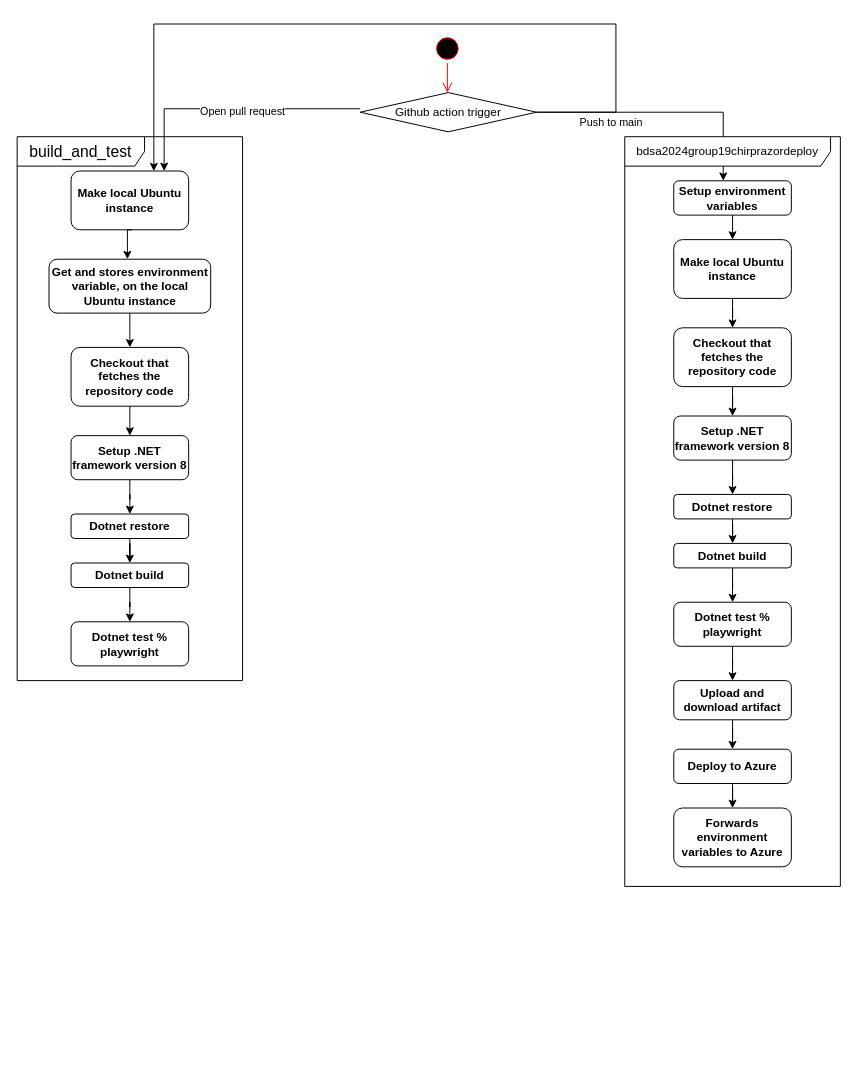
Earlier version of the draw.io diagram docs/diagrams/github-actions.drawio (ITU-BDSA2024-GROUP19/Chirp). Source tidied: cells renumbered, new cells numbered last; positions are measured from the earlier drawing's top-left corner, leaving out a move shared by most shapes. Both pictures are drawn from the tidied source at 98%, with x=0, y=0 at pixel (17, 24).
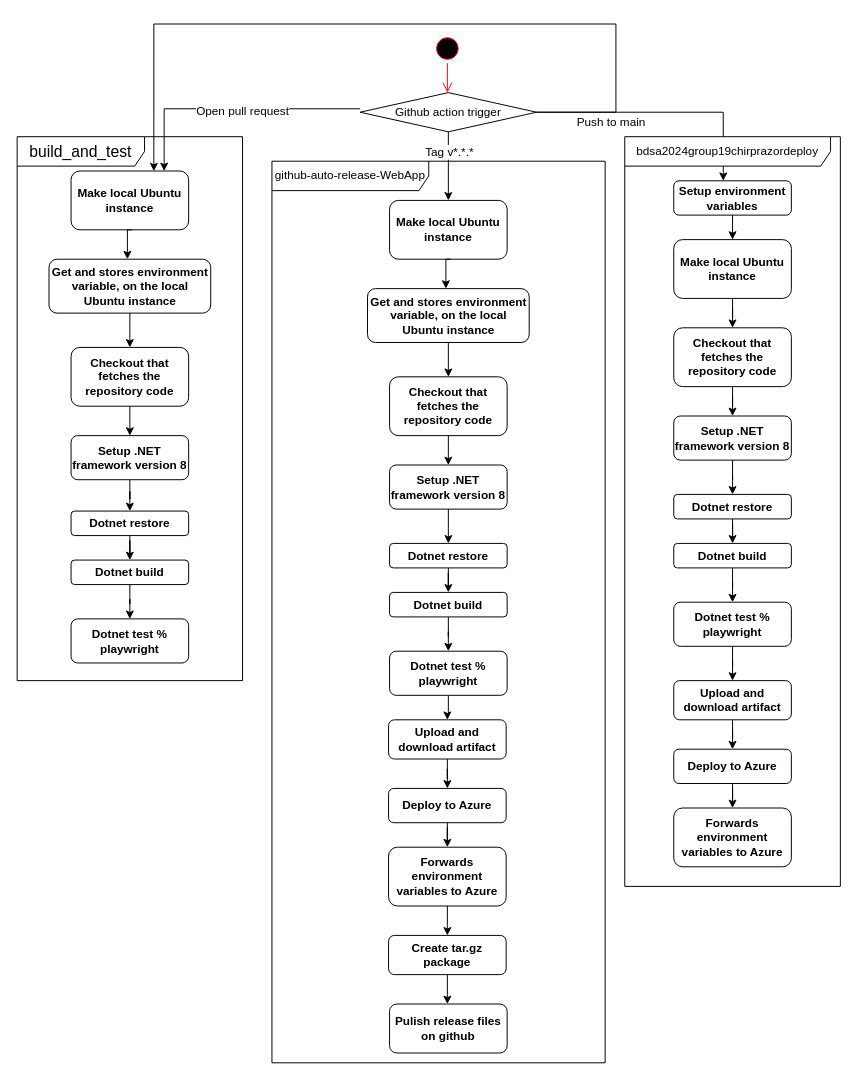
Above is the later version.

Commit message (it also covers changes not shown here):
updated github actions diagram

Unchanged cells that the change refers to:
```xml
<mxCell id="7" value="&lt;font style=&quot;font-size: 16px;&quot;&gt;build_and_test&lt;/font&gt;" style="shape=umlFrame;whiteSpace=wrap;html=1;width=130;height=30;" parent="1" vertex="1">
  <mxGeometry y="115" width="230" height="555" as="geometry" />
</mxCell>
<mxCell id="8" style="edgeStyle=orthogonalEdgeStyle;rounded=0;orthogonalLoop=1;jettySize=auto;html=1;" parent="7" edge="1">
  <mxGeometry relative="1" as="geometry">
    <mxPoint x="350" y="-28.5" as="sourcePoint" />
    <mxPoint x="150" y="35" as="targetPoint" />
    <Array as="points">
      <mxPoint x="150" y="-28" />
      <mxPoint x="150" y="35" />
    </Array>
  </mxGeometry>
</mxCell>
<mxCell id="20" style="edgeStyle=orthogonalEdgeStyle;rounded=0;jettySize=auto;html=1;entryX=0.421;entryY=0;entryDx=0;entryDy=0;entryPerimeter=0;" parent="1" edge="1" source="23" target="26">
  <mxGeometry relative="1" as="geometry">
    <Array as="points">
      <mxPoint x="721" y="90" />
    </Array>
  </mxGeometry>
</mxCell>
<mxCell id="23" value="Github action trigger" style="rhombus;whiteSpace=wrap;html=1;" parent="1" vertex="1">
  <mxGeometry x="350" y="70" width="180" height="40" as="geometry" />
</mxCell>
```

Diff of the diagram source:
```diff
@@
-    <mxCell id="9" value="Open pull request" style="edgeLabel;html=1;align=center;verticalAlign=middle;" parent="8" vertex="1">
+    <mxCell id="9" value="&lt;font style=&quot;font-size: 12px;&quot;&gt;Open pull request&lt;/font&gt;" style="edgeLabel;html=1;align=center;verticalAlign=middle;" parent="8" vertex="1">
       <mxGeometry x="-0.08" y="2" relative="1" as="geometry" />
     </mxCell>
@@
     <mxCell id="16" value="&lt;b&gt;Dotnet restore&lt;/b&gt;" style="rounded=1;whiteSpace=wrap;html=1;" parent="7" vertex="1">
-      <mxGeometry x="55" y="385" width="120" height="25" as="geometry" />
+      <mxGeometry x="55" y="382" width="120" height="25" as="geometry" />
     </mxCell>
@@
     <mxCell id="18" value="&lt;b&gt;Dotnet build&lt;/b&gt;" style="rounded=1;whiteSpace=wrap;html=1;" parent="7" vertex="1">
-      <mxGeometry x="55" y="435" width="120" height="25" as="geometry" />
+      <mxGeometry x="55" y="432" width="120" height="25" as="geometry" />
     </mxCell>
     <mxCell id="19" value="&lt;b&gt;Dotnet test % playwright&lt;/b&gt;" style="rounded=1;whiteSpace=wrap;html=1;" parent="7" vertex="1">
-      <mxGeometry x="55" y="495" width="120" height="45" as="geometry" />
+      <mxGeometry x="55" y="492" width="120" height="45" as="geometry" />
     </mxCell>
@@
-    <mxCell id="21" value="Push to main" style="edgeLabel;html=1;align=center;verticalAlign=middle;" parent="20" vertex="1">
+    <mxCell id="21" value="&lt;font style=&quot;font-size: 12px;&quot;&gt;Push to main&lt;/font&gt;" style="edgeLabel;html=1;align=center;verticalAlign=middle;" parent="20" vertex="1">
       <mxGeometry x="-0.43" y="-1" relative="1" as="geometry">
         <mxPoint x="1" y="9" as="offset" />
       </mxGeometry>
     </mxCell>
@@
+    <mxCell id="44" style="edgeStyle=orthogonalEdgeStyle;rounded=0;jettySize=auto;html=1;entryX=0.5;entryY=0;entryDx=0;entryDy=0;" parent="1" edge="1" source="23" target="46">
+      <mxGeometry relative="1" as="geometry" />
+    </mxCell>
+    <mxCell id="45" value="&lt;font style=&quot;font-size: 12px;&quot;&gt;Tag v*.*.*&lt;/font&gt;" style="edgeLabel;html=1;align=center;verticalAlign=middle;" parent="44" vertex="1">
+      <mxGeometry x="0.04" relative="1" as="geometry">
+        <mxPoint y="-16" as="offset" />
+      </mxGeometry>
+    </mxCell>
@@
+    <mxCell id="46" value="&lt;b&gt;Make local Ubuntu instance&lt;/b&gt;" style="rounded=1;whiteSpace=wrap;html=1;" parent="1" vertex="1">
+      <mxGeometry x="380" y="180" width="120" height="60" as="geometry" />
+    </mxCell>
+    <mxCell id="47" style="edgeStyle=orthogonalEdgeStyle;rounded=0;jettySize=auto;html=1;" parent="1" edge="1" source="49">
+      <mxGeometry relative="1" as="geometry">
+        <mxPoint x="440" y="360" as="targetPoint" />
+      </mxGeometry>
+    </mxCell>
+    <mxCell id="48" style="edgeStyle=orthogonalEdgeStyle;rounded=0;orthogonalLoop=1;jettySize=auto;html=1;exitX=0.5;exitY=1;exitDx=0;exitDy=0;" parent="1" edge="1">
+      <mxGeometry relative="1" as="geometry">
+        <mxPoint x="442.5" y="240" as="sourcePoint" />
+        <mxPoint x="437.5" y="270" as="targetPoint" />
+      </mxGeometry>
+    </mxCell>
+    <mxCell id="49" value="&lt;b&gt;Get and stores environment variable, on the local Ubuntu instance&lt;/b&gt;" style="rounded=1;whiteSpace=wrap;html=1;" parent="1" vertex="1">
+      <mxGeometry x="357.5" y="270" width="165" height="55" as="geometry" />
+    </mxCell>
+    <mxCell id="50" style="edgeStyle=orthogonalEdgeStyle;rounded=0;jettySize=auto;html=1;" parent="1" edge="1" source="51">
+      <mxGeometry relative="1" as="geometry">
+        <mxPoint x="440" y="450" as="targetPoint" />
+      </mxGeometry>
+    </mxCell>
+    <mxCell id="51" value="&lt;b&gt;Checkout that fetches the repository code&lt;/b&gt;" style="rounded=1;whiteSpace=wrap;html=1;" parent="1" vertex="1">
+      <mxGeometry x="380" y="360" width="120" height="60" as="geometry" />
+    </mxCell>
+    <mxCell id="52" style="edgeStyle=orthogonalEdgeStyle;rounded=0;jettySize=auto;html=1;entryX=0.5;entryY=0;entryDx=0;entryDy=0;" parent="1" edge="1" source="53">
+      <mxGeometry relative="1" as="geometry">
+        <mxPoint x="440" y="530" as="targetPoint" />
+      </mxGeometry>
+    </mxCell>
+    <mxCell id="53" value="&lt;b&gt;Setup .NET framework version 8&lt;/b&gt;" style="rounded=1;whiteSpace=wrap;html=1;" parent="1" vertex="1">
+      <mxGeometry x="380" y="450" width="120" height="45" as="geometry" />
+    </mxCell>
+    <mxCell id="54" style="edgeStyle=orthogonalEdgeStyle;rounded=0;jettySize=auto;html=1;entryX=0.5;entryY=0;entryDx=0;entryDy=0;" parent="1" edge="1" source="55" target="57">
+      <mxGeometry relative="1" as="geometry" />
+    </mxCell>
+    <mxCell id="55" value="&lt;b&gt;Dotnet restore&lt;/b&gt;" style="rounded=1;whiteSpace=wrap;html=1;" parent="1" vertex="1">
+      <mxGeometry x="380" y="530" width="120" height="25" as="geometry" />
+    </mxCell>
+    <mxCell id="56" style="edgeStyle=orthogonalEdgeStyle;rounded=0;jettySize=auto;html=1;entryX=0.5;entryY=0;entryDx=0;entryDy=0;" parent="1" edge="1" source="57" target="59">
+      <mxGeometry relative="1" as="geometry" />
+    </mxCell>
+    <mxCell id="57" value="&lt;b&gt;Dotnet build&lt;/b&gt;" style="rounded=1;whiteSpace=wrap;html=1;" parent="1" vertex="1">
+      <mxGeometry x="380" y="580" width="120" height="25" as="geometry" />
+    </mxCell>
+    <mxCell id="58" style="edgeStyle=orthogonalEdgeStyle;rounded=0;jettySize=auto;html=1;entryX=0.5;entryY=0;entryDx=0;entryDy=0;" parent="1" edge="1" source="59" target="61">
+      <mxGeometry relative="1" as="geometry" />
+    </mxCell>
+    <mxCell id="59" value="&lt;b&gt;Dotnet test % playwright&lt;/b&gt;" style="rounded=1;whiteSpace=wrap;html=1;" parent="1" vertex="1">
+      <mxGeometry x="380" y="640" width="120" height="45" as="geometry" />
+    </mxCell>
+    <mxCell id="60" style="edgeStyle=orthogonalEdgeStyle;rounded=0;jettySize=auto;html=1;entryX=0.5;entryY=0;entryDx=0;entryDy=0;" parent="1" edge="1" source="61" target="63">
+      <mxGeometry relative="1" as="geometry" />
+    </mxCell>
+    <mxCell id="61" value="&lt;b&gt;Upload and download&amp;nbsp;&lt;/b&gt;&lt;b&gt;artifact&lt;/b&gt;" style="rounded=1;whiteSpace=wrap;html=1;" parent="1" vertex="1">
+      <mxGeometry x="379" y="710" width="120" height="40" as="geometry" />
+    </mxCell>
+    <mxCell id="62" style="edgeStyle=orthogonalEdgeStyle;rounded=0;jettySize=auto;html=1;entryX=0.5;entryY=0;entryDx=0;entryDy=0;" parent="1" edge="1" source="63" target="65">
+      <mxGeometry relative="1" as="geometry" />
+    </mxCell>
+    <mxCell id="63" value="&lt;b&gt;Deploy to Azure&lt;/b&gt;" style="rounded=1;whiteSpace=wrap;html=1;" parent="1" vertex="1">
+      <mxGeometry x="379" y="780" width="120" height="35" as="geometry" />
+    </mxCell>
+    <mxCell id="64" style="edgeStyle=orthogonalEdgeStyle;rounded=0;jettySize=auto;html=1;" parent="1" edge="1" source="65">
+      <mxGeometry relative="1" as="geometry">
+        <mxPoint x="439" y="930" as="targetPoint" />
+      </mxGeometry>
+    </mxCell>
+    <mxCell id="65" value="&lt;b&gt;Forwards environment variables to Azure&lt;/b&gt;" style="rounded=1;whiteSpace=wrap;html=1;" parent="1" vertex="1">
+      <mxGeometry x="379" y="840" width="120" height="60" as="geometry" />
+    </mxCell>
+    <mxCell id="66" style="edgeStyle=orthogonalEdgeStyle;rounded=0;jettySize=auto;html=1;" parent="1" edge="1" source="67">
+      <mxGeometry relative="1" as="geometry">
+        <mxPoint x="439" y="1000" as="targetPoint" />
+      </mxGeometry>
+    </mxCell>
+    <mxCell id="67" value="&lt;b&gt;Create tar.gz package&lt;/b&gt;" style="rounded=1;whiteSpace=wrap;html=1;" parent="1" vertex="1">
+      <mxGeometry x="379" y="930" width="120" height="40" as="geometry" />
+    </mxCell>
+    <mxCell id="68" value="&lt;b&gt;Pulish release files on github&lt;/b&gt;" style="rounded=1;whiteSpace=wrap;html=1;" parent="1" vertex="1">
+      <mxGeometry x="380" y="1000" width="120" height="50" as="geometry" />
+    </mxCell>
+    <mxCell id="69" value="&lt;font&gt;github-auto-release-WebApp&lt;/font&gt;" style="shape=umlFrame;whiteSpace=wrap;html=1;width=160;" parent="1" vertex="1">
+      <mxGeometry x="260" y="140" width="340" height="920" as="geometry" />
+    </mxCell>
```
